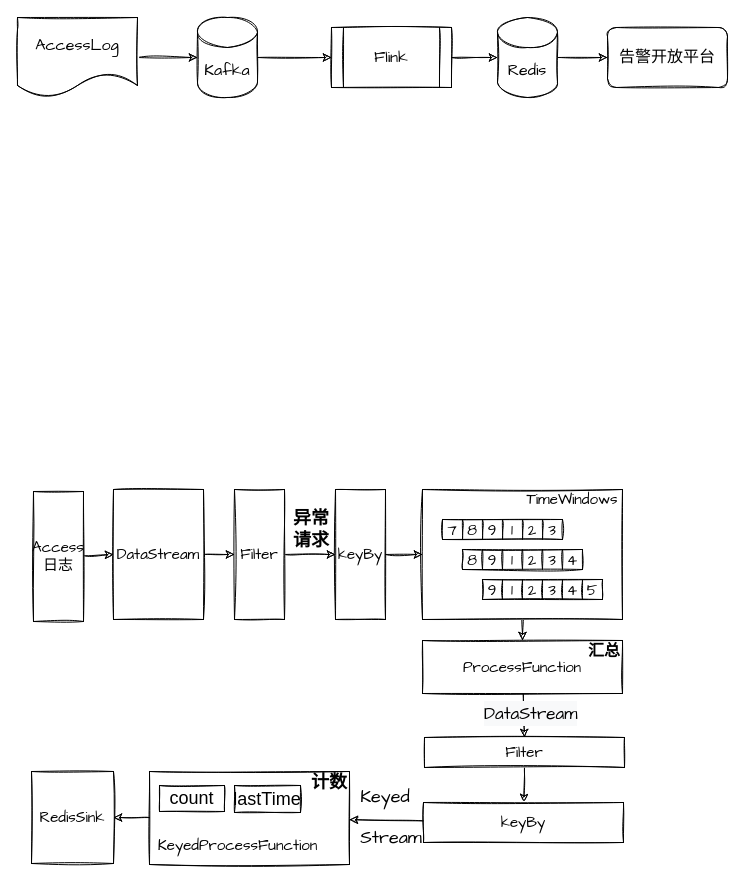
The draw.io diagram page "第 13 页" (12 of 12) of shuzhi.drawio in nullbull/uml, before the edit. Source tidied: cells renumbered, new cells numbered last; positions are measured from the earlier drawing's top-left corner, leaving out a move shared by most shapes. Both pictures are drawn from the tidied source at 100%, with x=0, y=0 at pixel (17, 17).
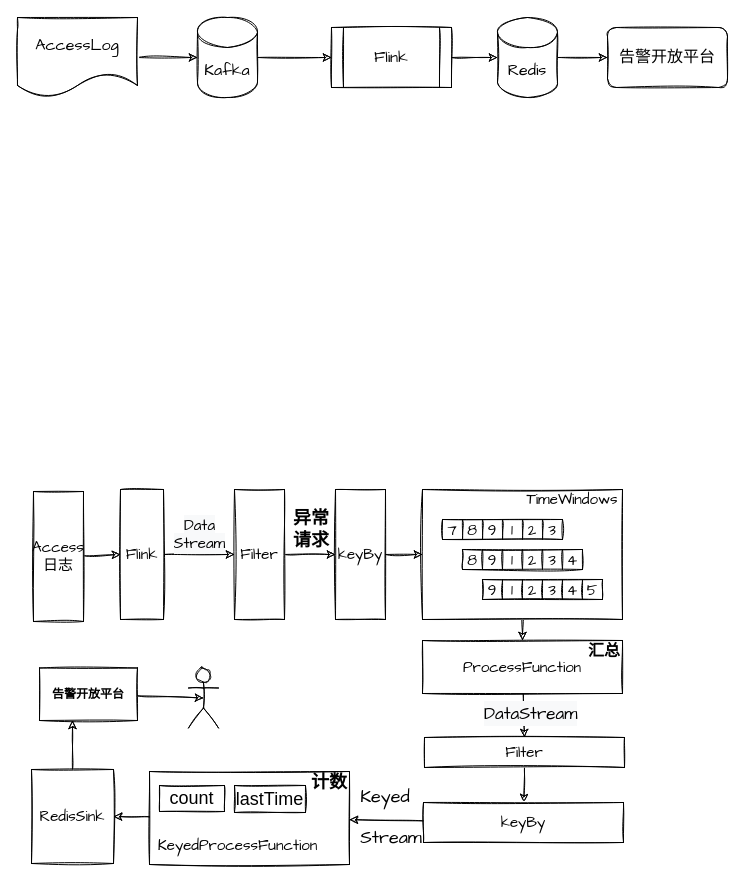
The same diagram, later.

Unchanged cells that the change refers to:
```xml
<mxCell id="16" value="Filter" style="rounded=0;whiteSpace=wrap;html=1;sketch=1;fontFamily=Comic Sans MS;fontSize=15;" parent="1" vertex="1">
  <mxGeometry x="217" y="472" width="50" height="130" as="geometry" />
</mxCell>
```

Diff of the diagram source:
```diff
@@
-    <mxCell id="13" style="rounded=0;jettySize=auto;html=1;entryX=0;entryY=0.5;entryDx=0;entryDy=0;sketch=1;" parent="1" edge="1" source="14" target="16">
-      <mxGeometry relative="1" as="geometry" />
+    <mxCell id="13" value="&lt;br&gt;&lt;br&gt;&lt;span style=&quot;color: rgb(0 , 0 , 0) ; font-family: &amp;#34;comic sans ms&amp;#34; ; font-size: 15px ; font-style: normal ; font-weight: 400 ; letter-spacing: normal ; text-align: center ; text-indent: 0px ; text-transform: none ; word-spacing: 0px ; background-color: rgb(248 , 249 , 250) ; display: inline ; float: none&quot;&gt;Data&lt;br&gt;Stream&lt;/span&gt;&lt;br&gt;" style="rounded=0;jettySize=auto;html=1;entryX=0;entryY=0.5;entryDx=0;entryDy=0;sketch=1;" parent="1" edge="1" source="14" target="16">
+      <mxGeometry y="33" relative="1" as="geometry" />
     </mxCell>
-    <mxCell id="14" value="DataStream" style="rounded=0;whiteSpace=wrap;html=1;sketch=1;fontFamily=Comic Sans MS;fontSize=15;" parent="1" vertex="1">
-      <mxGeometry x="96" y="472" width="90" height="130" as="geometry" />
+    <mxCell id="14" value="Flink" style="rounded=0;whiteSpace=wrap;html=1;sketch=1;fontFamily=Comic Sans MS;fontSize=15;" parent="1" vertex="1">
+      <mxGeometry x="103" y="472" width="43" height="130" as="geometry" />
     </mxCell>
@@
+    <mxCell id="66" style="edgeStyle=orthogonalEdgeStyle;rounded=0;jettySize=auto;html=1;exitX=0;exitY=0.5;exitDx=0;exitDy=0;entryX=0.5;entryY=1;entryDx=0;entryDy=0;sketch=1;" parent="1" edge="1" source="50">
+      <mxGeometry relative="1" as="geometry">
+        <mxPoint x="55" y="703" as="targetPoint" />
+      </mxGeometry>
+    </mxCell>
     <mxCell id="50" value="RedisSink" style="rounded=0;whiteSpace=wrap;html=1;sketch=1;fontFamily=Comic Sans MS;fontSize=15;direction=south;" parent="1" vertex="1">
-      <mxGeometry x="14" y="754" width="82" height="92" as="geometry" />
+      <mxGeometry x="14" y="752" width="82" height="94" as="geometry" />
     </mxCell>
@@
     <mxCell id="65" value="lastTime" style="rounded=0;whiteSpace=wrap;html=1;sketch=1;fillColor=none;fontSize=18;" parent="1" vertex="1">
-      <mxGeometry x="217" y="768" width="66" height="27" as="geometry" />
+      <mxGeometry x="217" y="768" width="71" height="27" as="geometry" />
     </mxCell>
+    <mxCell id="67" style="shape=umlActor;verticalLabelPosition=bottom;verticalAlign=top;html=1;outlineConnect=0;sketch=1;" parent="1" vertex="1">
+      <mxGeometry x="171" y="650.5" width="30" height="60" as="geometry" />
+    </mxCell>
+    <mxCell id="68" style="rounded=0;jettySize=auto;html=1;entryX=0.5;entryY=0.5;entryDx=0;entryDy=0;entryPerimeter=0;sketch=1;" parent="1" edge="1" source="69" target="67">
+      <mxGeometry relative="1" as="geometry" />
+    </mxCell>
+    <mxCell id="69" value="&lt;b&gt;告警开放平台&lt;/b&gt;" style="rounded=0;whiteSpace=wrap;html=1;sketch=1;" parent="1" vertex="1">
+      <mxGeometry x="22" y="650.5" width="98" height="52.5" as="geometry" />
+    </mxCell>
```
